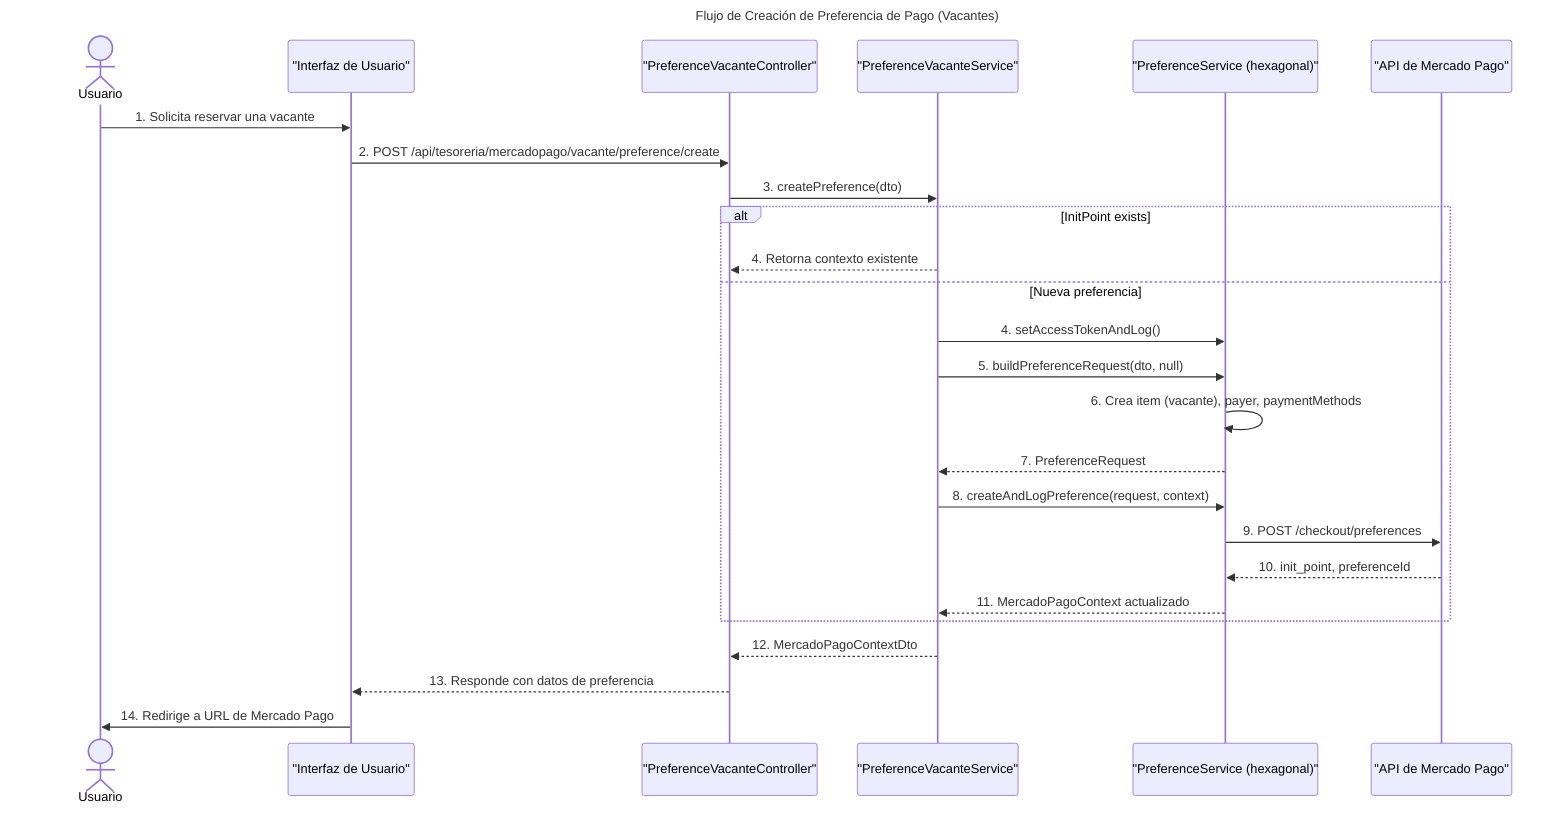
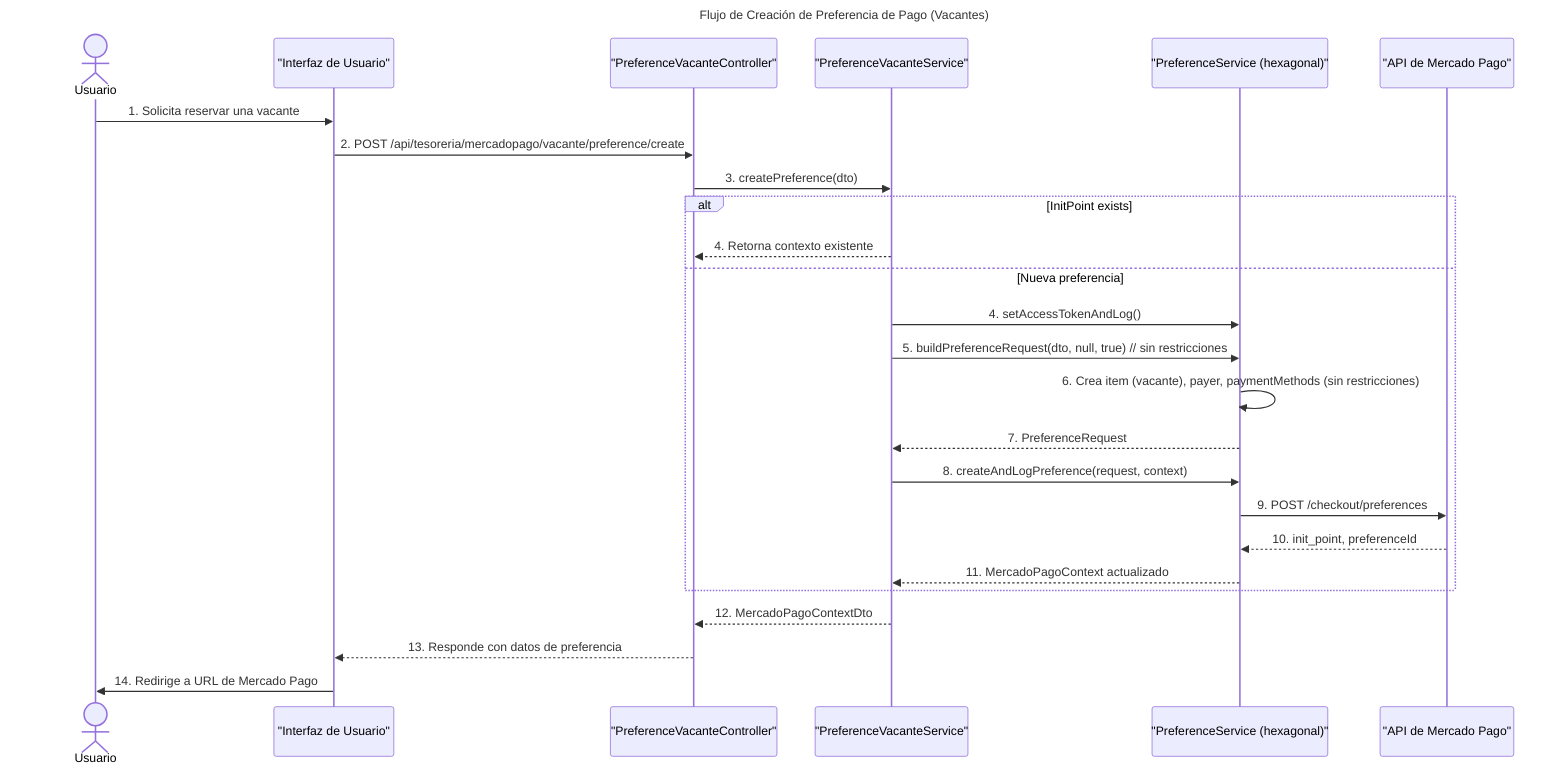
sequenceDiagram
    title Flujo de Creación de Preferencia de Pago (Vacantes)

    actor Usuario
    participant Frontend as "Interfaz de Usuario"
    participant VacanteController as "PreferenceVacanteController"
    participant VacanteService as "PreferenceVacanteService"
    participant PrefService as "PreferenceService (hexagonal)"
    participant MP_API as "API de Mercado Pago"

    Usuario->>Frontend: 1. Solicita reservar una vacante
    Frontend->>VacanteController: 2. POST /api/tesoreria/mercadopago/vacante/preference/create
    VacanteController->>VacanteService: 3. createPreference(dto)

    alt InitPoint exists
        VacanteService-->>VacanteController: 4. Retorna contexto existente
    else Nueva preferencia
        VacanteService->>PrefService: 4. setAccessTokenAndLog()
-         VacanteService->>PrefService: 5. buildPreferenceRequest(dto, null)
-         PrefService->>PrefService: 6. Crea item (vacante), payer, paymentMethods
+         VacanteService->>PrefService: 5. buildPreferenceRequest(dto, null, true)  // sin restricciones
+         PrefService->>PrefService: 6. Crea item (vacante), payer, paymentMethods (sin restricciones)
        PrefService-->>VacanteService: 7. PreferenceRequest

        VacanteService->>PrefService: 8. createAndLogPreference(request, context)
        PrefService->>MP_API: 9. POST /checkout/preferences
        MP_API-->>PrefService: 10. init_point, preferenceId

        PrefService-->>VacanteService: 11. MercadoPagoContext actualizado
    end

    VacanteService-->>VacanteController: 12. MercadoPagoContextDto
    VacanteController-->>Frontend: 13. Responde con datos de preferencia
    Frontend->>Usuario: 14. Redirige a URL de Mercado Pago
